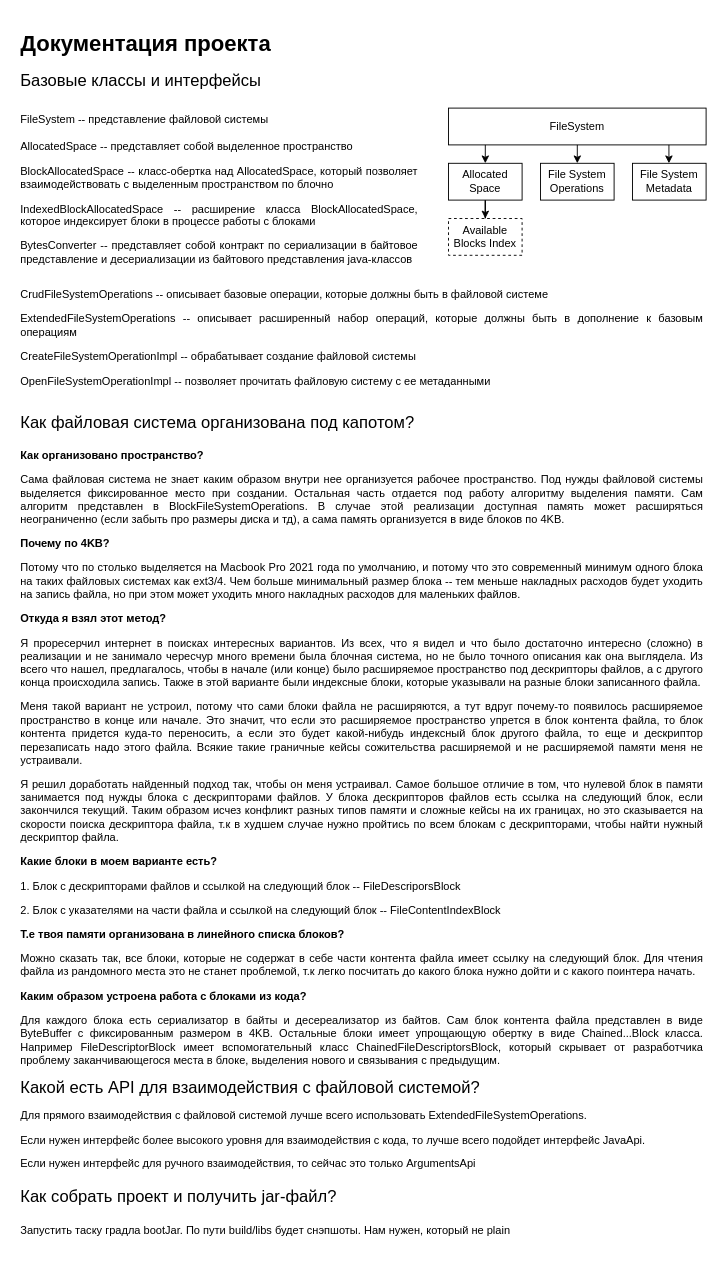
vdlald/file-system keeps this draw.io diagram as etc/fs_arch.drawio. Above is the earlier version. Source tidied: cells renumbered, new cells numbered last; positions are measured from the earlier drawing's top-left corner, leaving out a move shared by most shapes. Both pictures are drawn from the tidied source at 92%, with x=0, y=0 at pixel (16, 25).
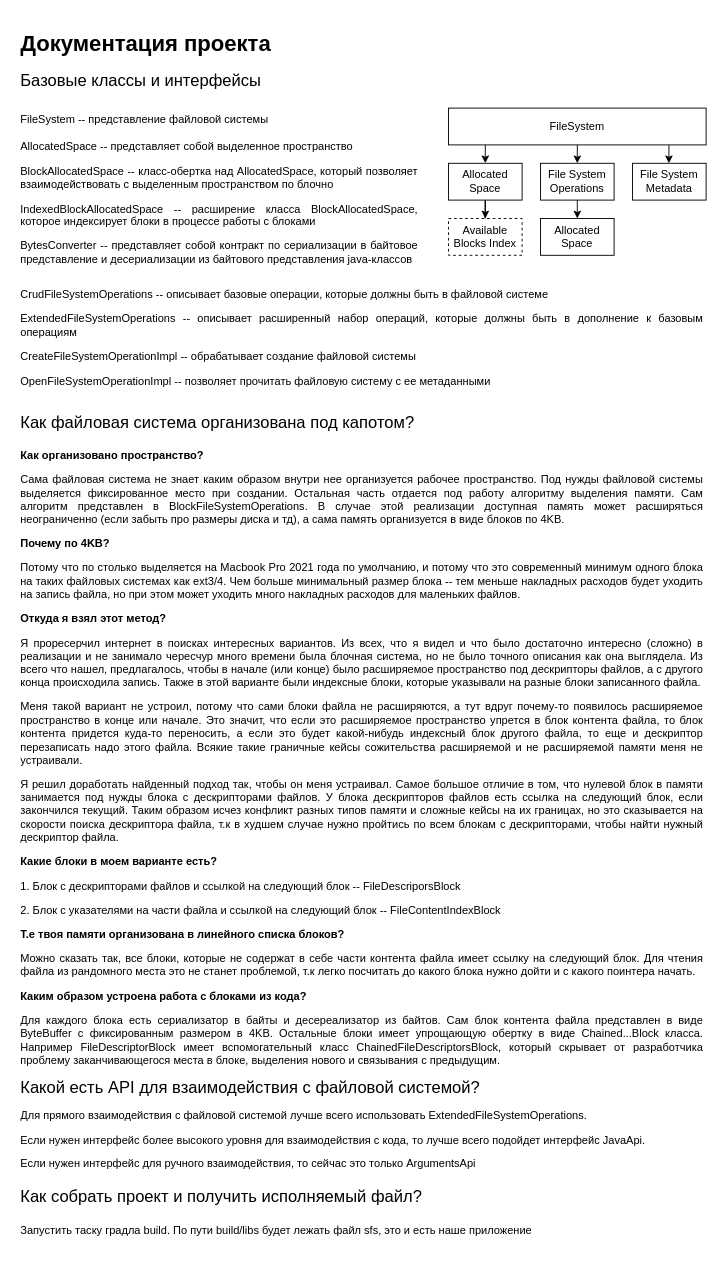
Above is the later version.

Change to the diagram source:
```diff
@@
 <mxGraphModel>
   <root>
     <mxCell id="0" />
     <mxCell id="1" parent="0" />
     <mxCell id="2" value="FileSystem" style="rounded=0;whiteSpace=wrap;html=1;" parent="1" vertex="1">
       <mxGeometry x="470" y="90" width="280" height="40" as="geometry" />
     </mxCell>
     <mxCell id="3" style="edgeStyle=orthogonalEdgeStyle;rounded=0;jettySize=auto;html=1;" parent="1" edge="1" source="4" target="11">
       <mxGeometry relative="1" as="geometry" />
     </mxCell>
     <mxCell id="4" value="Allocated Space" style="rounded=0;whiteSpace=wrap;html=1;" parent="1" vertex="1">
       <mxGeometry x="470" y="150" width="80" height="40" as="geometry" />
     </mxCell>
     <mxCell id="5" value="File System Operations" style="rounded=0;whiteSpace=wrap;html=1;" parent="1" vertex="1">
       <mxGeometry x="570" y="150" width="80" height="40" as="geometry" />
     </mxCell>
     <mxCell id="6" value="File System&lt;br&gt;Metadata" style="rounded=0;whiteSpace=wrap;html=1;" parent="1" vertex="1">
       <mxGeometry x="670" y="150" width="80" height="40" as="geometry" />
     </mxCell>
     <mxCell id="7" style="endArrow=classic;html=1;rounded=0;exitX=0.5;exitY=1;exitDx=0;exitDy=0;entryX=0.5;entryY=0;entryDx=0;entryDy=0;" parent="1" edge="1" source="2" target="5">
       <mxGeometry relative="1" as="geometry" />
     </mxCell>
     <mxCell id="8" style="endArrow=classic;html=1;rounded=0;exitX=0.5;exitY=1;exitDx=0;exitDy=0;entryX=0.5;entryY=0;entryDx=0;entryDy=0;" parent="1" edge="1">
       <mxGeometry relative="1" as="geometry">
         <mxPoint x="510" y="130" as="sourcePoint" />
         <mxPoint x="510" y="150" as="targetPoint" />
       </mxGeometry>
     </mxCell>
     <mxCell id="9" style="endArrow=classic;html=1;rounded=0;exitX=0.5;exitY=1;exitDx=0;exitDy=0;entryX=0.5;entryY=0;entryDx=0;entryDy=0;" parent="1" edge="1">
       <mxGeometry relative="1" as="geometry">
         <mxPoint x="709.6" y="130" as="sourcePoint" />
         <mxPoint x="709.6" y="150" as="targetPoint" />
       </mxGeometry>
     </mxCell>
     <mxCell id="10" value="&lt;h1 style=&quot;text-align: justify;&quot;&gt;Документация проекта&lt;/h1&gt;&lt;h1 style=&quot;text-align: justify;&quot;&gt;&lt;p style=&quot;font-size: 12px; font-weight: 400;&quot;&gt;&lt;font style=&quot;font-size: 18px;&quot;&gt;Базовые классы и интерфейсы&lt;/font&gt;&lt;/p&gt;&lt;span style=&quot;font-size: 12px; font-weight: 400;&quot;&gt;FileSystem -- п&lt;/span&gt;&lt;span style=&quot;font-size: 12px; font-weight: 400; background-color: initial;&quot;&gt;редставление файловой системы&lt;/span&gt;&lt;span style=&quot;font-size: 12px; font-weight: 400;&quot;&gt;&lt;br&gt;&lt;/span&gt;&lt;p style=&quot;font-size: 12px; font-weight: 400;&quot;&gt;AllocatedSpace -- представляет собой выделенное пространство&amp;nbsp;&lt;/p&gt;&lt;p style=&quot;font-size: 12px; font-weight: 400;&quot;&gt;&lt;span style=&quot;background-color: initial;&quot;&gt;BlockAllocatedSpace -- класс-обертка над AllocatedSpace, который позволяет взаимодействовать с выделенным пространством по блочно&lt;/span&gt;&lt;/p&gt;&lt;p style=&quot;font-size: 12px; font-weight: 400;&quot;&gt;IndexedBlockAllocatedSpace -- расширение класса BlockAllocatedSpace, которое индексирует блоки в процессе работы с блоками&lt;/p&gt;&lt;p style=&quot;font-size: 12px; font-weight: 400;&quot;&gt;BytesConverter -- представляет собой контракт по сериализации в байтовое представление и десериализации из байтового представления java-классов&amp;nbsp;&lt;/p&gt;&lt;p style=&quot;font-size: 12px; font-weight: 400;&quot;&gt;&lt;br&gt;&lt;/p&gt;&lt;/h1&gt;" style="text;html=1;strokeColor=none;fillColor=none;spacing=5;spacingTop=-20;whiteSpace=wrap;overflow=hidden;rounded=0;" parent="1" vertex="1">
       <mxGeometry width="440" height="280" as="geometry" />
     </mxCell>
     <mxCell id="11" value="Available Blocks Index" style="rounded=0;whiteSpace=wrap;html=1;dashed=1;" parent="1" vertex="1">
       <mxGeometry x="470" y="210" width="80" height="40" as="geometry" />
     </mxCell>
     <mxCell id="12" value="&lt;h1 style=&quot;&quot;&gt;&lt;p style=&quot;text-align: justify; font-size: 12px; font-weight: 400;&quot;&gt;CrudFileSystemOperations -- описывает базовые операции, которые должны быть в файловой системе&lt;/p&gt;&lt;p style=&quot;text-align: justify; font-size: 12px; font-weight: 400;&quot;&gt;ExtendedFileSystemOperations -- описывает расширенный набор операций, которые должны быть в дополнение к базовым операциям&lt;/p&gt;&lt;p style=&quot;text-align: justify; font-size: 12px; font-weight: 400;&quot;&gt;CreateFileSystemOperationImpl -- обрабатывает создание файловой системы&lt;/p&gt;&lt;p style=&quot;text-align: justify; font-size: 12px; font-weight: 400;&quot;&gt;OpenFileSystemOperationImpl -- позволяет прочитать файловую систему с ее метаданными&lt;/p&gt;&lt;/h1&gt;" style="text;html=1;strokeColor=none;fillColor=none;spacing=5;spacingTop=-20;whiteSpace=wrap;overflow=hidden;rounded=0;align=left;" parent="1" vertex="1">
       <mxGeometry y="280" width="750" height="120" as="geometry" />
     </mxCell>
-    <mxCell id="13" value="&lt;h1&gt;&lt;span style=&quot;font-size: 18px; font-weight: normal;&quot;&gt;Как файловая система организована под капотом?&lt;/span&gt;&lt;/h1&gt;&lt;p style=&quot;text-align: justify;&quot;&gt;&lt;b&gt;Как организовано пространство?&lt;/b&gt;&lt;/p&gt;&lt;p style=&quot;text-align: justify;&quot;&gt;Сама файловая система не знает каким образом внутри нее организуется рабочее пространство. Под нужды файловой системы выделяется фиксированное место при создании. Остальная часть отдается под работу алгоритму выделения памяти. Сам алгоритм представлен в BlockFileSystemOperations. В случае этой реализации доступная память может расширяться неограниченно (если забыть про размеры диска и тд), а сама память организуется в виде блоков по 4KB.&amp;nbsp;&lt;/p&gt;&lt;p style=&quot;text-align: justify;&quot;&gt;&lt;b&gt;Почему по 4KB?&amp;nbsp;&lt;/b&gt;&lt;/p&gt;&lt;p style=&quot;text-align: justify;&quot;&gt;Потому что по столько выделяется на Macbook Pro 2021 года по умолчанию, и потому что это современный минимум одного блока на таких файловых системах как ext3/4. Чем больше минимальный размер блока -- тем меньше накладных расходов будет уходить на запись файла, но при этом может уходить много накладных расходов для маленьких файлов.&amp;nbsp;&lt;/p&gt;&lt;p style=&quot;text-align: justify;&quot;&gt;&lt;b&gt;Откуда я взял этот метод?&lt;/b&gt;&lt;/p&gt;&lt;p style=&quot;text-align: justify;&quot;&gt;Я проресерчил интернет в поисках интересных вариантов. Из всех, что я видел и что было достаточно интересно (сложно) в реализации и не занимало чересчур много времени была блочная система, но не было точного описания как она выглядела. Из всего что нашел, предлагалось, чтобы в начале (или конце) было расширяемое пространство под дескрипторы файлов, а с другого конца происходила запись. Также в этой варианте были индексные блоки, которые указывали на разные блоки записанного файла.&lt;/p&gt;&lt;p style=&quot;text-align: justify;&quot;&gt;Меня такой вариант не устроил, потому что с&lt;span style=&quot;background-color: initial;&quot;&gt;ами блоки файла не расширяются, а тут вдруг почему-то появилось расширяемое пространство в конце или начале. Это значит, что если это расширяемое пространство упрется в блок контента файла, то блок контента придется куда-то переносить, а если это будет какой-нибудь индексный блок другого файла, то еще и дескриптор перезаписать надо этого файла. Всякие такие граничные кейсы сожительства расширяемой и не расширяемой памяти меня не устраивали.&lt;/span&gt;&lt;/p&gt;&lt;p style=&quot;text-align: justify;&quot;&gt;Я решил доработать найденный подход так, чтобы он меня устраивал. Самое большое отличие в том, что нулевой блок в памяти занимается под нужды блока с дескрипторами файлов. У блока дескрипторов файлов есть ссылка на следующий блок, если закончился текущий. Таким образом исчез конфликт разных типов памяти и сложные кейсы на их границах, но это сказывается на скорости поиска дескриптора файла, т.к в худшем случае нужно пройтись по всем блокам с дескрипторами, чтобы найти нужный дескриптор файла.&amp;nbsp;&lt;/p&gt;&lt;p style=&quot;text-align: justify;&quot;&gt;&lt;b&gt;Какие блоки в моем варианте есть?&lt;/b&gt;&lt;/p&gt;&lt;p style=&quot;text-align: justify;&quot;&gt;1. Блок с дескрипторами файлов и ссылкой на следующий блок -- FileDescriporsBlock&lt;/p&gt;&lt;p style=&quot;text-align: justify;&quot;&gt;2. Блок с указателями на части файла и ссылкой на следующий блок -- FileContentIndexBlock&lt;/p&gt;&lt;p style=&quot;text-align: justify;&quot;&gt;&lt;b&gt;Т.е твоя памяти организована в линейного списка блоков?&lt;/b&gt;&lt;/p&gt;&lt;p style=&quot;text-align: justify;&quot;&gt;Можно сказать так, все блоки, которые не содержат в себе части контента файла имеет ссылку на следующий блок. Для чтения файла из рандомного места это не станет проблемой, т.к легко посчитать до какого блока нужно дойти и с какого поинтера начать.&lt;/p&gt;&lt;p style=&quot;text-align: justify;&quot;&gt;&lt;b style=&quot;background-color: initial;&quot;&gt;Каким образом устроена работа с блоками из кода?&lt;/b&gt;&lt;br&gt;&lt;/p&gt;&lt;p style=&quot;text-align: justify;&quot;&gt;Для каждого блока есть сериализатор в байты и десереализатор из байтов. Сам блок контента файла представлен в виде ByteBuffer с фиксированным размером в 4KB. Остальные блоки имеет упрощающую обертку в виде Chained...Block класса. Например FileDescriptorBlock имеет вспомогательный класс ChainedFileDescriptorsBlock, который скрывает от разработчика проблему заканчивающегося места в блоке, выделения нового и связывания с предыдущим.&lt;/p&gt;&lt;h1 style=&quot;font-size: 18px;&quot;&gt;&lt;span style=&quot;font-weight: 400;&quot;&gt;Какой есть API для взаимодействия с файловой системой?&lt;/span&gt;&lt;/h1&gt;&lt;p&gt;Для прямого взаимодействия с файловой системой лучше всего использовать ExtendedFileSystemOperations.&amp;nbsp;&lt;/p&gt;&lt;p&gt;Если нужен интерфейс более высокого уровня для взаимодействия с кода, то лучше всего подойдет интерфейс JavaApi.&amp;nbsp;&lt;/p&gt;&lt;p&gt;Если нужен интерфейс для ручного взаимодействия, то сейчас это только ArgumentsApi&lt;/p&gt;&lt;p style=&quot;font-size: 18px;&quot;&gt;Как собрать проект и получить jar-файл?&lt;/p&gt;&lt;p style=&quot;&quot;&gt;Запустить таску градла bootJar. По пути build/libs будeт снэпшоты. Нам нужен, который не plain&lt;/p&gt;" style="text;html=1;strokeColor=none;fillColor=none;spacing=5;spacingTop=-20;whiteSpace=wrap;overflow=hidden;rounded=0;" parent="1" vertex="1">
+    <mxCell id="13" value="&lt;h1&gt;&lt;span style=&quot;font-size: 18px; font-weight: normal;&quot;&gt;Как файловая система организована под капотом?&lt;/span&gt;&lt;/h1&gt;&lt;p style=&quot;text-align: justify;&quot;&gt;&lt;b&gt;Как организовано пространство?&lt;/b&gt;&lt;/p&gt;&lt;p style=&quot;text-align: justify;&quot;&gt;Сама файловая система не знает каким образом внутри нее организуется рабочее пространство. Под нужды файловой системы выделяется фиксированное место при создании. Остальная часть отдается под работу алгоритму выделения памяти. Сам алгоритм представлен в BlockFileSystemOperations. В случае этой реализации доступная память может расширяться неограниченно (если забыть про размеры диска и тд), а сама память организуется в виде блоков по 4KB.&amp;nbsp;&lt;/p&gt;&lt;p style=&quot;text-align: justify;&quot;&gt;&lt;b&gt;Почему по 4KB?&amp;nbsp;&lt;/b&gt;&lt;/p&gt;&lt;p style=&quot;text-align: justify;&quot;&gt;Потому что по столько выделяется на Macbook Pro 2021 года по умолчанию, и потому что это современный минимум одного блока на таких файловых системах как ext3/4. Чем больше минимальный размер блока -- тем меньше накладных расходов будет уходить на запись файла, но при этом может уходить много накладных расходов для маленьких файлов.&amp;nbsp;&lt;/p&gt;&lt;p style=&quot;text-align: justify;&quot;&gt;&lt;b&gt;Откуда я взял этот метод?&lt;/b&gt;&lt;/p&gt;&lt;p style=&quot;text-align: justify;&quot;&gt;Я проресерчил интернет в поисках интересных вариантов. Из всех, что я видел и что было достаточно интересно (сложно) в реализации и не занимало чересчур много времени была блочная система, но не было точного описания как она выглядела. Из всего что нашел, предлагалось, чтобы в начале (или конце) было расширяемое пространство под дескрипторы файлов, а с другого конца происходила запись. Также в этой варианте были индексные блоки, которые указывали на разные блоки записанного файла.&lt;/p&gt;&lt;p style=&quot;text-align: justify;&quot;&gt;Меня такой вариант не устроил, потому что с&lt;span style=&quot;background-color: initial;&quot;&gt;ами блоки файла не расширяются, а тут вдруг почему-то появилось расширяемое пространство в конце или начале. Это значит, что если это расширяемое пространство упрется в блок контента файла, то блок контента придется куда-то переносить, а если это будет какой-нибудь индексный блок другого файла, то еще и дескриптор перезаписать надо этого файла. Всякие такие граничные кейсы сожительства расширяемой и не расширяемой памяти меня не устраивали.&lt;/span&gt;&lt;/p&gt;&lt;p style=&quot;text-align: justify;&quot;&gt;Я решил доработать найденный подход так, чтобы он меня устраивал. Самое большое отличие в том, что нулевой блок в памяти занимается под нужды блока с дескрипторами файлов. У блока дескрипторов файлов есть ссылка на следующий блок, если закончился текущий. Таким образом исчез конфликт разных типов памяти и сложные кейсы на их границах, но это сказывается на скорости поиска дескриптора файла, т.к в худшем случае нужно пройтись по всем блокам с дескрипторами, чтобы найти нужный дескриптор файла.&amp;nbsp;&lt;/p&gt;&lt;p style=&quot;text-align: justify;&quot;&gt;&lt;b&gt;Какие блоки в моем варианте есть?&lt;/b&gt;&lt;/p&gt;&lt;p style=&quot;text-align: justify;&quot;&gt;1. Блок с дескрипторами файлов и ссылкой на следующий блок -- FileDescriporsBlock&lt;/p&gt;&lt;p style=&quot;text-align: justify;&quot;&gt;2. Блок с указателями на части файла и ссылкой на следующий блок -- FileContentIndexBlock&lt;/p&gt;&lt;p style=&quot;text-align: justify;&quot;&gt;&lt;b&gt;Т.е твоя памяти организована в линейного списка блоков?&lt;/b&gt;&lt;/p&gt;&lt;p style=&quot;text-align: justify;&quot;&gt;Можно сказать так, все блоки, которые не содержат в себе части контента файла имеет ссылку на следующий блок. Для чтения файла из рандомного места это не станет проблемой, т.к легко посчитать до какого блока нужно дойти и с какого поинтера начать.&lt;/p&gt;&lt;p style=&quot;text-align: justify;&quot;&gt;&lt;b style=&quot;background-color: initial;&quot;&gt;Каким образом устроена работа с блоками из кода?&lt;/b&gt;&lt;br&gt;&lt;/p&gt;&lt;p style=&quot;text-align: justify;&quot;&gt;Для каждого блока есть сериализатор в байты и десереализатор из байтов. Сам блок контента файла представлен в виде ByteBuffer с фиксированным размером в 4KB. Остальные блоки имеет упрощающую обертку в виде Chained...Block класса. Например FileDescriptorBlock имеет вспомогательный класс ChainedFileDescriptorsBlock, который скрывает от разработчика проблему заканчивающегося места в блоке, выделения нового и связывания с предыдущим.&lt;/p&gt;&lt;h1 style=&quot;font-size: 18px;&quot;&gt;&lt;span style=&quot;font-weight: 400;&quot;&gt;Какой есть API для взаимодействия с файловой системой?&lt;/span&gt;&lt;/h1&gt;&lt;p&gt;Для прямого взаимодействия с файловой системой лучше всего использовать ExtendedFileSystemOperations.&amp;nbsp;&lt;/p&gt;&lt;p&gt;Если нужен интерфейс более высокого уровня для взаимодействия с кода, то лучше всего подойдет интерфейс JavaApi.&amp;nbsp;&lt;/p&gt;&lt;p&gt;Если нужен интерфейс для ручного взаимодействия, то сейчас это только ArgumentsApi&lt;/p&gt;&lt;p style=&quot;font-size: 18px;&quot;&gt;Как собрать проект и получить исполняемый файл?&lt;/p&gt;&lt;p style=&quot;&quot;&gt;Запустить таску градла build. По пути build/libs будет лежать файл sfs, это и есть наше приложение&lt;/p&gt;" style="text;html=1;strokeColor=none;fillColor=none;spacing=5;spacingTop=-20;whiteSpace=wrap;overflow=hidden;rounded=0;" parent="1" vertex="1">
       <mxGeometry y="410" width="750" height="940" as="geometry" />
     </mxCell>
+    <mxCell id="14" value="Allocated Space" style="rounded=0;whiteSpace=wrap;html=1;" parent="1" vertex="1">
+      <mxGeometry x="570" y="210" width="80" height="40" as="geometry" />
+    </mxCell>
+    <mxCell id="15" style="endArrow=classic;html=1;rounded=0;exitX=0.5;exitY=1;exitDx=0;exitDy=0;entryX=0.5;entryY=0;entryDx=0;entryDy=0;" parent="1" edge="1">
+      <mxGeometry relative="1" as="geometry">
+        <mxPoint x="610" y="190" as="sourcePoint" />
+        <mxPoint x="610" y="210" as="targetPoint" />
+      </mxGeometry>
+    </mxCell>
   </root>
 </mxGraphModel>
```
